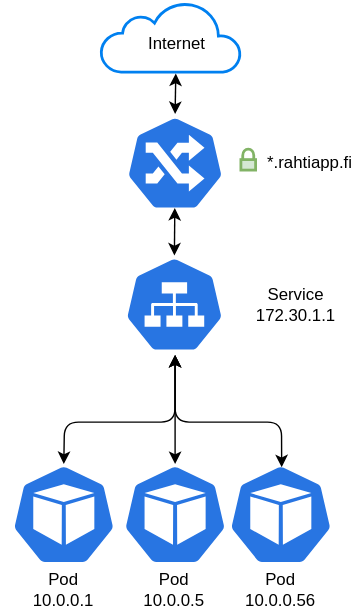
This is docs/cloud/rahti4/tutorials/img/routeServicePod.drawio.svg from CSCfi/csc-user-guide, a draw.io export, as it was before one commit. Source tidied: cells renumbered, new cells last; positions are measured from the earlier drawing's top-left corner, leaving out a move shared by most shapes. The source it was exported from:
```xml
<mxGraphModel>
  <root>
    <mxCell id="0" />
    <mxCell id="1" parent="0" />
    <mxCell id="2" style="html=1;dashed=0;whitespace=wrap;fillColor=#2875E2;strokeColor=#ffffff;points=[[0.005,0.63,0],[0.1,0.2,0],[0.9,0.2,0],[0.5,0,0],[0.995,0.63,0],[0.72,0.99,0],[0.5,1,0],[0.28,0.99,0]];shape=mxgraph.kubernetes.icon;prIcon=pod;" parent="1" vertex="1">
      <mxGeometry x="155" y="330" width="90" height="72" as="geometry" />
    </mxCell>
    <mxCell id="3" style="html=1;dashed=0;whitespace=wrap;fillColor=#2875E2;strokeColor=#ffffff;points=[[0.005,0.63,0],[0.1,0.2,0],[0.9,0.2,0],[0.5,0,0],[0.995,0.63,0],[0.72,0.99,0],[0.5,1,0],[0.28,0.99,0]];shape=mxgraph.kubernetes.icon;prIcon=pod;" parent="1" vertex="1">
      <mxGeometry x="79.5" y="330" width="90" height="72" as="geometry" />
    </mxCell>
    <mxCell id="4" style="html=1;dashed=0;whitespace=wrap;fillColor=#2875E2;strokeColor=#ffffff;points=[[0.005,0.63,0],[0.1,0.2,0],[0.9,0.2,0],[0.5,0,0],[0.995,0.63,0],[0.72,0.99,0],[0.5,1,0],[0.28,0.99,0]];shape=mxgraph.kubernetes.icon;prIcon=pod;" parent="1" vertex="1">
      <mxGeometry y="330" width="90" height="72" as="geometry" />
    </mxCell>
    <mxCell id="5" style="endArrow=classic;startArrow=classic;html=1;entryX=0.5;entryY=0;entryDx=0;entryDy=0;entryPerimeter=0;exitX=0.5;exitY=1;exitDx=0;exitDy=0;exitPerimeter=0;" parent="1" edge="1" target="3">
      <mxGeometry relative="1" as="geometry">
        <mxPoint x="124.5" y="252" as="sourcePoint" />
      </mxGeometry>
    </mxCell>
    <mxCell id="6" style="endArrow=classic;startArrow=classic;html=1;exitX=0.5;exitY=0;exitDx=0;exitDy=0;exitPerimeter=0;entryX=0.5;entryY=1;entryDx=0;entryDy=0;entryPerimeter=0;" parent="1" edge="1" source="4">
      <mxGeometry relative="1" as="geometry">
        <mxPoint x="124.5" y="252" as="targetPoint" />
        <Array as="points">
          <mxPoint x="45.5" y="300" />
          <mxPoint x="124.5" y="300" />
        </Array>
      </mxGeometry>
    </mxCell>
    <mxCell id="7" style="endArrow=classic;startArrow=classic;html=1;exitX=0.507;exitY=0.032;exitDx=0;exitDy=0;exitPerimeter=0;entryX=0.5;entryY=1;entryDx=0;entryDy=0;entryPerimeter=0;" parent="1" edge="1" source="2">
      <mxGeometry relative="1" as="geometry">
        <mxPoint x="124.5" y="252" as="targetPoint" />
        <Array as="points">
          <mxPoint x="200.5" y="300" />
          <mxPoint x="124.5" y="300" />
        </Array>
      </mxGeometry>
    </mxCell>
    <mxCell id="8" value="Pod&lt;br&gt;10.0.0.5" style="text;html=1;strokeColor=none;fillColor=none;align=center;verticalAlign=middle;whiteSpace=wrap;rounded=0;" parent="1" vertex="1">
      <mxGeometry x="104" y="410" width="40" height="20" as="geometry" />
    </mxCell>
    <mxCell id="9" value="Pod&lt;br&gt;10.0.0.56" style="text;html=1;strokeColor=none;fillColor=none;align=center;verticalAlign=middle;whiteSpace=wrap;rounded=0;" parent="1" vertex="1">
      <mxGeometry x="180" y="410" width="40" height="20" as="geometry" />
    </mxCell>
    <mxCell id="10" value="Pod&lt;br&gt;10.0.0.1" style="text;html=1;strokeColor=none;fillColor=none;align=center;verticalAlign=middle;whiteSpace=wrap;rounded=0;" parent="1" vertex="1">
      <mxGeometry x="25" y="410" width="40" height="20" as="geometry" />
    </mxCell>
    <mxCell id="11" value="&lt;div&gt;&lt;span&gt;Service&lt;/span&gt;&lt;/div&gt;172.30.1.1" style="text;html=1;strokeColor=none;fillColor=none;align=center;verticalAlign=middle;whiteSpace=wrap;rounded=0;" parent="1" vertex="1">
      <mxGeometry x="190.5" y="201" width="40" height="30" as="geometry" />
    </mxCell>
    <mxCell id="12" style="html=1;dashed=0;whitespace=wrap;fillColor=#2875E2;strokeColor=#ffffff;points=[[0.005,0.63,0],[0.1,0.2,0],[0.9,0.2,0],[0.5,0,0],[0.995,0.63,0],[0.72,0.99,0],[0.5,1,0],[0.28,0.99,0]];shape=mxgraph.kubernetes.icon;prIcon=ing;" parent="1" vertex="1">
      <mxGeometry x="89.5" y="80" width="70" height="70" as="geometry" />
    </mxCell>
    <mxCell id="13" style="html=1;dashed=0;whitespace=wrap;fillColor=#2875E2;strokeColor=#ffffff;points=[[0.005,0.63,0],[0.1,0.2,0],[0.9,0.2,0],[0.5,0,0],[0.995,0.63,0],[0.72,0.99,0],[0.5,1,0],[0.28,0.99,0]];shape=mxgraph.kubernetes.icon;prIcon=svc;" parent="1" vertex="1">
      <mxGeometry x="88.5" y="181" width="71" height="70" as="geometry" />
    </mxCell>
    <mxCell id="14" style="endArrow=classic;startArrow=classic;html=1;exitX=0.5;exitY=0;exitDx=0;exitDy=0;exitPerimeter=0;entryX=0.497;entryY=0.957;entryDx=0;entryDy=0;entryPerimeter=0;" parent="1" edge="1" source="13" target="12">
      <mxGeometry relative="1" as="geometry" />
    </mxCell>
    <mxCell id="15" value="&lt;pre&gt;&lt;br&gt;&lt;/pre&gt;" style="text;html=1;strokeColor=none;fillColor=none;align=left;verticalAlign=middle;whiteSpace=wrap;rounded=0;" parent="1" vertex="1">
      <mxGeometry x="161" y="105" width="40" height="20" as="geometry" />
    </mxCell>
    <mxCell id="16" value="*.rahtiapp.fi" style="text;html=1;strokeColor=none;fillColor=none;align=center;verticalAlign=middle;whiteSpace=wrap;rounded=0;" parent="1" vertex="1">
      <mxGeometry x="201" y="105" width="40" height="20" as="geometry" />
    </mxCell>
    <mxCell id="17" style="html=1;verticalLabelPosition=bottom;align=center;labelBackgroundColor=#ffffff;verticalAlign=top;strokeWidth=2;strokeColor=#82b366;shadow=0;dashed=0;shape=mxgraph.ios7.icons.locked;fillColor=#d5e8d4;" parent="1" vertex="1">
      <mxGeometry x="171.5" y="105" width="10.5" height="15" as="geometry" />
    </mxCell>
    <mxCell id="18" style="html=1;verticalLabelPosition=bottom;align=center;labelBackgroundColor=#ffffff;verticalAlign=top;strokeWidth=2;strokeColor=#0080F0;shadow=0;dashed=0;shape=mxgraph.ios7.icons.cloud;" parent="1" vertex="1">
      <mxGeometry x="71.5" width="100" height="50" as="geometry" />
    </mxCell>
    <mxCell id="19" value="Internet" style="text;html=1;strokeColor=none;fillColor=none;align=center;verticalAlign=middle;whiteSpace=wrap;rounded=0;" parent="1" vertex="1">
      <mxGeometry x="106" y="20" width="40" height="20" as="geometry" />
    </mxCell>
    <mxCell id="20" style="endArrow=classic;startArrow=classic;html=1;exitX=0.5;exitY=0;exitDx=0;exitDy=0;exitPerimeter=0;" parent="1" edge="1" source="12">
      <mxGeometry relative="1" as="geometry">
        <mxPoint x="125" y="51" as="targetPoint" />
      </mxGeometry>
    </mxCell>
  </root>
</mxGraphModel>
```
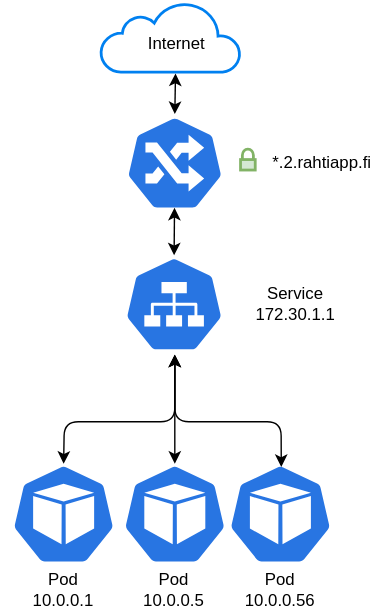
Above is the later version.

What changed in the source:
```diff
@@ -58,8 +58,8 @@
     <mxCell id="15" value="&lt;pre&gt;&lt;br&gt;&lt;/pre&gt;" style="text;html=1;strokeColor=none;fillColor=none;align=left;verticalAlign=middle;whiteSpace=wrap;rounded=0;" parent="1" vertex="1">
       <mxGeometry x="161" y="105" width="40" height="20" as="geometry" />
     </mxCell>
-    <mxCell id="16" value="*.rahtiapp.fi" style="text;html=1;strokeColor=none;fillColor=none;align=center;verticalAlign=middle;whiteSpace=wrap;rounded=0;" parent="1" vertex="1">
-      <mxGeometry x="201" y="105" width="40" height="20" as="geometry" />
+    <mxCell id="16" value="*.2.rahtiapp.fi" style="text;html=1;strokeColor=none;fillColor=none;align=center;verticalAlign=middle;whiteSpace=wrap;rounded=0;" parent="1" vertex="1">
+      <mxGeometry x="210" y="105" width="40" height="20" as="geometry" />
     </mxCell>
     <mxCell id="17" style="html=1;verticalLabelPosition=bottom;align=center;labelBackgroundColor=#ffffff;verticalAlign=top;strokeWidth=2;strokeColor=#82b366;shadow=0;dashed=0;shape=mxgraph.ios7.icons.locked;fillColor=#d5e8d4;" parent="1" vertex="1">
       <mxGeometry x="171.5" y="105" width="10.5" height="15" as="geometry" />
```
